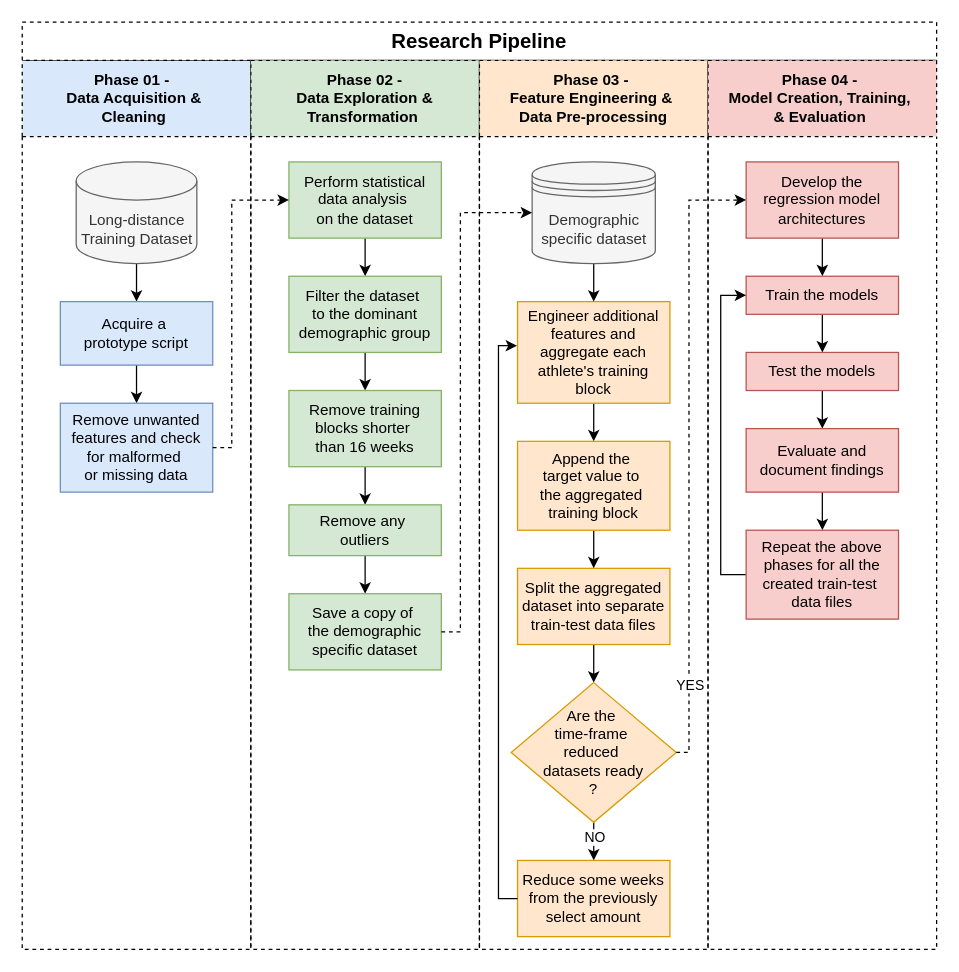
This is doc/milestone_03/reserach_pipeline_milestone_03.drawio from miguelabela03/RD2_SWD63A_MiguelAbela, a draw.io file, before an edit. Source tidied: cells renumbered, new cells numbered last; positions are measured from the earlier drawing's top-left corner, leaving out a move shared by most shapes. Both pictures are drawn from the tidied source at 127%, with x=0, y=0 at pixel (22, 22).
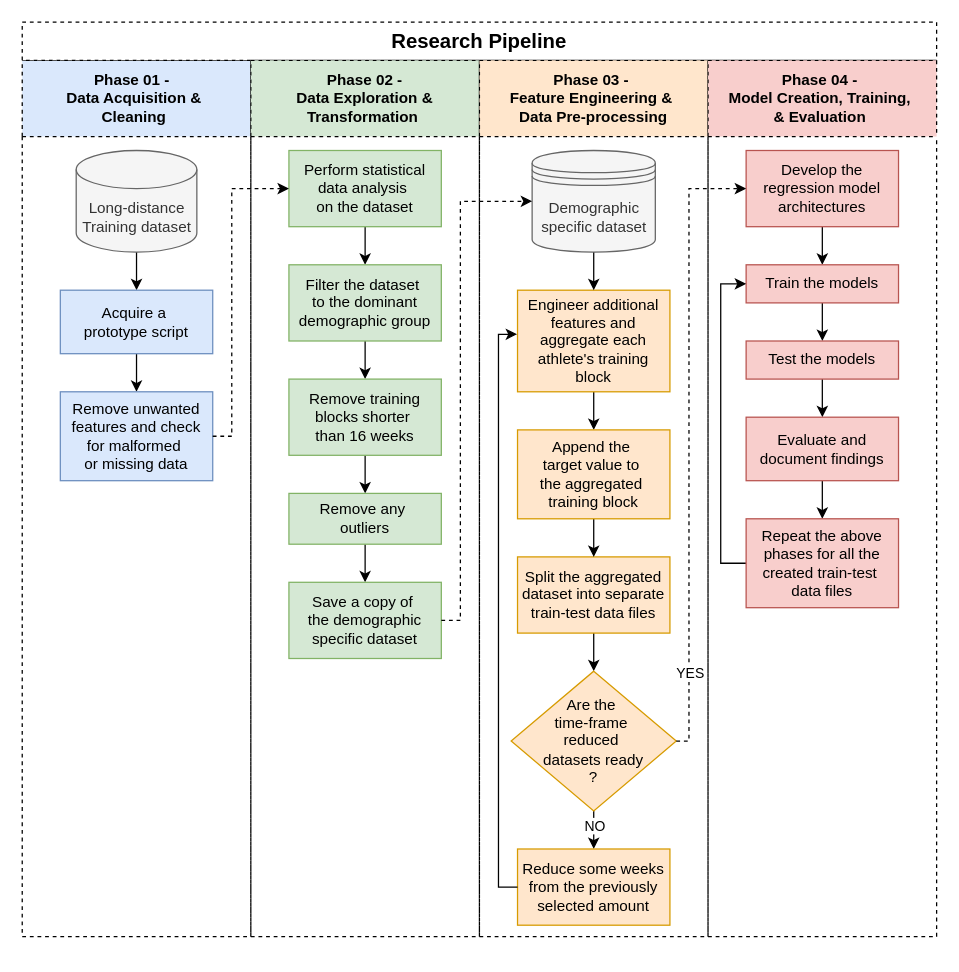
The same page after the edit.

Commit message (it also covers changes not shown here):
Finalized the Research Pipeline

What changed in the source:
```diff
@@
     <mxCell id="2" value="Phase 01 -&amp;nbsp;&amp;nbsp;&lt;div&gt;Data Acquisition &amp;amp;&amp;nbsp;&lt;/div&gt;&lt;div&gt;Cleaning&amp;nbsp;&lt;/div&gt;" style="swimlane;whiteSpace=wrap;html=1;startSize=60;fillColor=#dae8fc;strokeColor=#000000;dashed=1;" parent="1" vertex="1">
-      <mxGeometry y="30" width="180" height="700" as="geometry" />
+      <mxGeometry y="30" width="180" height="690" as="geometry" />
     </mxCell>
@@
-    <mxCell id="4" value="Long-distance Training Dataset" style="shape=cylinder3;whiteSpace=wrap;html=1;boundedLbl=1;backgroundOutline=1;size=15;fillColor=#f5f5f5;fontColor=#333333;strokeColor=#666666;" parent="2" vertex="1">
-      <mxGeometry x="42.5" y="80" width="95" height="80" as="geometry" />
+    <mxCell id="4" value="Long-distance Training dataset" style="shape=cylinder3;whiteSpace=wrap;html=1;boundedLbl=1;backgroundOutline=1;size=15;fillColor=#f5f5f5;fontColor=#333333;strokeColor=#666666;" parent="2" vertex="1">
+      <mxGeometry x="42.5" y="71" width="95" height="80" as="geometry" />
     </mxCell>
@@
     <mxCell id="6" value="Acquire a&amp;nbsp;&lt;div&gt;prototype script&lt;/div&gt;" style="rounded=0;whiteSpace=wrap;html=1;fillColor=#dae8fc;strokeColor=#6c8ebf;" parent="2" vertex="1">
-      <mxGeometry x="30" y="190" width="120" height="50" as="geometry" />
+      <mxGeometry x="30" y="181" width="120" height="50" as="geometry" />
     </mxCell>
     <mxCell id="7" value="Remove unwanted features and check for malformed&amp;nbsp;&lt;div&gt;or missing data&lt;/div&gt;" style="rounded=0;whiteSpace=wrap;html=1;fillColor=#dae8fc;strokeColor=#6c8ebf;" parent="2" vertex="1">
-      <mxGeometry x="30" y="270" width="120" height="70" as="geometry" />
+      <mxGeometry x="30" y="261" width="120" height="70" as="geometry" />
     </mxCell>
@@
     <mxCell id="9" value="Phase 02 -&lt;div&gt;Data Exploration &amp;amp; Transformation&amp;nbsp;&lt;/div&gt;" style="swimlane;whiteSpace=wrap;html=1;startSize=60;fillColor=#d5e8d4;strokeColor=#000000;dashed=1;" parent="1" vertex="1">
-      <mxGeometry x="180" y="30" width="180" height="700" as="geometry" />
+      <mxGeometry x="180" y="30" width="180" height="690" as="geometry" />
     </mxCell>
@@
     <mxCell id="11" value="Perform statistical data analysis&amp;nbsp;&lt;div&gt;on the dataset&lt;/div&gt;" style="rounded=0;whiteSpace=wrap;html=1;fillColor=#d5e8d4;strokeColor=#82b366;" parent="9" vertex="1">
-      <mxGeometry x="30" y="80" width="120" height="60" as="geometry" />
+      <mxGeometry x="30" y="71" width="120" height="60" as="geometry" />
     </mxCell>
@@
     <mxCell id="13" value="Filter the dataset&amp;nbsp;&lt;div&gt;to the dominant demographic group&lt;/div&gt;" style="rounded=0;whiteSpace=wrap;html=1;fillColor=#d5e8d4;strokeColor=#82b366;" parent="9" vertex="1">
-      <mxGeometry x="30" y="170" width="120" height="60" as="geometry" />
+      <mxGeometry x="30" y="161" width="120" height="60" as="geometry" />
     </mxCell>
@@
     <mxCell id="15" value="Remove training blocks shorter&amp;nbsp;&lt;div&gt;than 16 weeks&lt;/div&gt;" style="rounded=0;whiteSpace=wrap;html=1;fillColor=#d5e8d4;strokeColor=#82b366;" parent="9" vertex="1">
-      <mxGeometry x="30" y="260" width="120" height="60" as="geometry" />
+      <mxGeometry x="30" y="251" width="120" height="60" as="geometry" />
     </mxCell>
@@
     <mxCell id="17" value="Remove any&amp;nbsp;&lt;div&gt;outliers&lt;/div&gt;" style="rounded=0;whiteSpace=wrap;html=1;fillColor=#d5e8d4;strokeColor=#82b366;" parent="9" vertex="1">
-      <mxGeometry x="30" y="350" width="120" height="40" as="geometry" />
+      <mxGeometry x="30" y="341" width="120" height="40" as="geometry" />
     </mxCell>
     <mxCell id="18" value="Save a copy of&amp;nbsp;&lt;div&gt;the demographic specific dataset&lt;/div&gt;" style="rounded=0;whiteSpace=wrap;html=1;fillColor=#d5e8d4;strokeColor=#82b366;" parent="9" vertex="1">
-      <mxGeometry x="30" y="420" width="120" height="60" as="geometry" />
+      <mxGeometry x="30" y="411" width="120" height="60" as="geometry" />
     </mxCell>
     <mxCell id="19" value="Phase 03 -&amp;nbsp;&lt;div&gt;Feature Engineering &amp;amp;&amp;nbsp;&lt;/div&gt;&lt;div&gt;Data Pre-processing&lt;/div&gt;" style="swimlane;whiteSpace=wrap;html=1;startSize=60;fillColor=#ffe6cc;strokeColor=#000000;dashed=1;" parent="1" vertex="1">
-      <mxGeometry x="360" y="30" width="180" height="700" as="geometry" />
+      <mxGeometry x="360" y="30" width="180" height="690" as="geometry" />
     </mxCell>
@@
     <mxCell id="21" value="Engineer&amp;nbsp;&lt;span style=&quot;background-color: transparent; color: light-dark(rgb(0, 0, 0), rgb(255, 255, 255));&quot;&gt;additional features and aggregate&amp;nbsp;&lt;/span&gt;&lt;span style=&quot;background-color: transparent; color: light-dark(rgb(0, 0, 0), rgb(255, 255, 255));&quot;&gt;each athlete's&amp;nbsp;&lt;/span&gt;&lt;span style=&quot;background-color: transparent; color: light-dark(rgb(0, 0, 0), rgb(255, 255, 255));&quot;&gt;training block&lt;/span&gt;" style="rounded=0;whiteSpace=wrap;html=1;fillColor=#ffe6cc;strokeColor=#d79b00;" parent="19" vertex="1">
-      <mxGeometry x="30" y="190" width="120" height="80" as="geometry" />
+      <mxGeometry x="30" y="181" width="120" height="80" as="geometry" />
     </mxCell>
@@
     <mxCell id="23" value="Split the aggregated dataset into separate train-test data files" style="rounded=0;whiteSpace=wrap;html=1;fillColor=#ffe6cc;strokeColor=#d79b00;" parent="19" vertex="1">
-      <mxGeometry x="30" y="400" width="120" height="60" as="geometry" />
+      <mxGeometry x="30" y="391" width="120" height="60" as="geometry" />
     </mxCell>
@@
     <mxCell id="25" value="Demographic specific dataset" style="shape=datastore;whiteSpace=wrap;html=1;fillColor=#f5f5f5;fontColor=#333333;strokeColor=#666666;" parent="19" vertex="1">
-      <mxGeometry x="41.5" y="80" width="97" height="80" as="geometry" />
+      <mxGeometry x="41.5" y="71" width="97" height="80" as="geometry" />
     </mxCell>
@@
     <mxCell id="28" value="Are the&amp;nbsp;&lt;div&gt;time-frame&amp;nbsp;&lt;/div&gt;&lt;div&gt;reduced&amp;nbsp;&lt;/div&gt;&lt;div&gt;datasets ready&lt;div&gt;?&lt;/div&gt;&lt;/div&gt;" style="rhombus;whiteSpace=wrap;html=1;fillColor=#ffe6cc;strokeColor=#d79b00;" parent="19" vertex="1">
-      <mxGeometry x="25" y="490" width="130" height="110" as="geometry" />
+      <mxGeometry x="25" y="481" width="130" height="110" as="geometry" />
     </mxCell>
-    <mxCell id="29" value="Reduce some weeks from the previously select amount" style="rounded=0;whiteSpace=wrap;html=1;fillColor=#ffe6cc;strokeColor=#d79b00;" parent="19" vertex="1">
-      <mxGeometry x="30" y="630" width="120" height="60" as="geometry" />
+    <mxCell id="29" value="Reduce some weeks from the previously selected amount" style="rounded=0;whiteSpace=wrap;html=1;fillColor=#ffe6cc;strokeColor=#d79b00;" parent="19" vertex="1">
+      <mxGeometry x="30" y="621" width="120" height="60" as="geometry" />
     </mxCell>
@@
     <mxCell id="31" value="Append the&amp;nbsp;&lt;div&gt;target value to&amp;nbsp;&lt;div&gt;the aggregated&amp;nbsp;&lt;div&gt;training block&lt;/div&gt;&lt;/div&gt;&lt;/div&gt;" style="rounded=0;whiteSpace=wrap;html=1;fillColor=#ffe6cc;strokeColor=#d79b00;" parent="19" vertex="1">
-      <mxGeometry x="30" y="300" width="120" height="70" as="geometry" />
+      <mxGeometry x="30" y="291" width="120" height="70" as="geometry" />
     </mxCell>
     <mxCell id="32" style="edgeStyle=orthogonalEdgeStyle;rounded=0;jettySize=auto;html=1;entryX=-0.003;entryY=0.434;entryDx=0;entryDy=0;entryPerimeter=0;" parent="19" edge="1" source="29" target="21">
       <mxGeometry relative="1" as="geometry">
         <Array as="points">
-          <mxPoint x="15" y="660" />
-          <mxPoint x="15" y="225" />
+          <mxPoint x="15" y="651" />
+          <mxPoint x="15" y="216" />
         </Array>
       </mxGeometry>
     </mxCell>
     <mxCell id="33" value="Phase 04 -&amp;nbsp;&lt;div&gt;Model Creation, Training,&amp;nbsp;&lt;/div&gt;&lt;div&gt;&amp;amp; Evaluation&amp;nbsp;&lt;/div&gt;" style="swimlane;whiteSpace=wrap;html=1;startSize=60;fillColor=#f8cecc;strokeColor=#000000;dashed=1;" parent="1" vertex="1">
-      <mxGeometry x="540" y="30" width="180" height="700" as="geometry" />
+      <mxGeometry x="540" y="30" width="180" height="690" as="geometry" />
     </mxCell>
@@
     <mxCell id="35" value="Develop the regression model architectures" style="rounded=0;whiteSpace=wrap;html=1;fillColor=#f8cecc;strokeColor=#b85450;" parent="33" vertex="1">
-      <mxGeometry x="30" y="80" width="120" height="60" as="geometry" />
+      <mxGeometry x="30" y="71" width="120" height="60" as="geometry" />
     </mxCell>
@@
     <mxCell id="37" value="Train the models" style="rounded=0;whiteSpace=wrap;html=1;fillColor=#f8cecc;strokeColor=#b85450;" parent="33" vertex="1">
-      <mxGeometry x="30" y="170" width="120" height="30" as="geometry" />
+      <mxGeometry x="30" y="161" width="120" height="30" as="geometry" />
     </mxCell>
@@
     <mxCell id="39" value="Test the models" style="rounded=0;whiteSpace=wrap;html=1;fillColor=#f8cecc;strokeColor=#b85450;" parent="33" vertex="1">
-      <mxGeometry x="30" y="230" width="120" height="30" as="geometry" />
+      <mxGeometry x="30" y="221" width="120" height="30" as="geometry" />
     </mxCell>
@@
     <mxCell id="41" value="Evaluate and document findings" style="rounded=0;whiteSpace=wrap;html=1;fillColor=#f8cecc;strokeColor=#b85450;" parent="33" vertex="1">
-      <mxGeometry x="30" y="290" width="120" height="50" as="geometry" />
+      <mxGeometry x="30" y="281" width="120" height="50" as="geometry" />
     </mxCell>
     <mxCell id="42" style="edgeStyle=orthogonalEdgeStyle;rounded=0;jettySize=auto;html=1;entryX=0;entryY=0.5;entryDx=0;entryDy=0;" parent="33" edge="1" source="43" target="37">
       <mxGeometry relative="1" as="geometry">
         <Array as="points">
-          <mxPoint x="10" y="405" />
-          <mxPoint x="10" y="185" />
+          <mxPoint x="10" y="396" />
+          <mxPoint x="10" y="176" />
         </Array>
       </mxGeometry>
     </mxCell>
     <mxCell id="43" value="Repeat the above phases for all the created train-test&amp;nbsp;&lt;div&gt;data files&lt;/div&gt;" style="rounded=0;whiteSpace=wrap;html=1;fillColor=#f8cecc;strokeColor=#b85450;" parent="33" vertex="1">
-      <mxGeometry x="30" y="370" width="120" height="70" as="geometry" />
+      <mxGeometry x="30" y="361" width="120" height="70" as="geometry" />
     </mxCell>
     <mxCell id="44" style="edgeStyle=orthogonalEdgeStyle;rounded=0;jettySize=auto;html=1;exitX=1;exitY=0.5;exitDx=0;exitDy=0;entryX=0;entryY=0.5;entryDx=0;entryDy=0;dashed=1;" parent="1" edge="1" source="7" target="11">
       <mxGeometry relative="1" as="geometry">
         <Array as="points">
-          <mxPoint x="165" y="335" />
-          <mxPoint x="165" y="140" />
+          <mxPoint x="165" y="326" />
+          <mxPoint x="165" y="131" />
         </Array>
       </mxGeometry>
     </mxCell>
     <mxCell id="45" style="edgeStyle=orthogonalEdgeStyle;rounded=0;jettySize=auto;html=1;exitX=1;exitY=0.5;exitDx=0;exitDy=0;entryX=0;entryY=0.5;entryDx=0;entryDy=0;dashed=1;" parent="1" edge="1" source="18" target="25">
       <mxGeometry relative="1" as="geometry">
         <Array as="points">
-          <mxPoint x="345" y="480" />
-          <mxPoint x="345" y="150" />
+          <mxPoint x="345" y="471" />
+          <mxPoint x="345" y="141" />
         </Array>
       </mxGeometry>
     </mxCell>
     <mxCell id="46" style="edgeStyle=orthogonalEdgeStyle;rounded=0;jettySize=auto;html=1;exitX=1;exitY=0.5;exitDx=0;exitDy=0;entryX=0;entryY=0.5;entryDx=0;entryDy=0;dashed=1;" parent="1" edge="1" source="28" target="35">
       <mxGeometry relative="1" as="geometry">
         <Array as="points">
-          <mxPoint x="525" y="575" />
-          <mxPoint x="525" y="140" />
+          <mxPoint x="525" y="566" />
+          <mxPoint x="525" y="131" />
         </Array>
       </mxGeometry>
     </mxCell>
```
